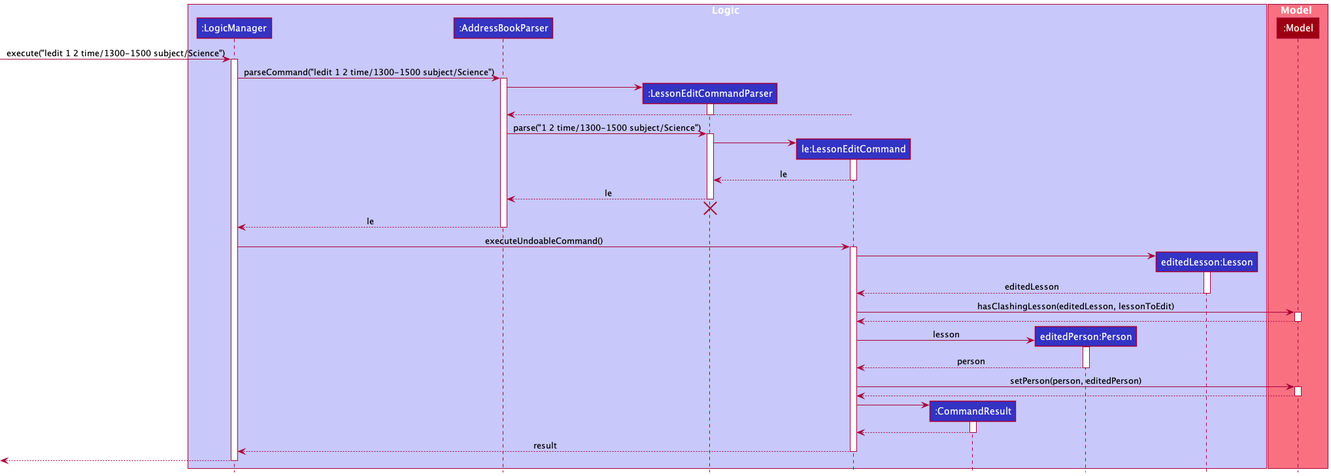
Earlier version of the PlantUML export docs/images/LessonEditSequenceDiagram.png (nus-cs2103-AY2122S1/tp).
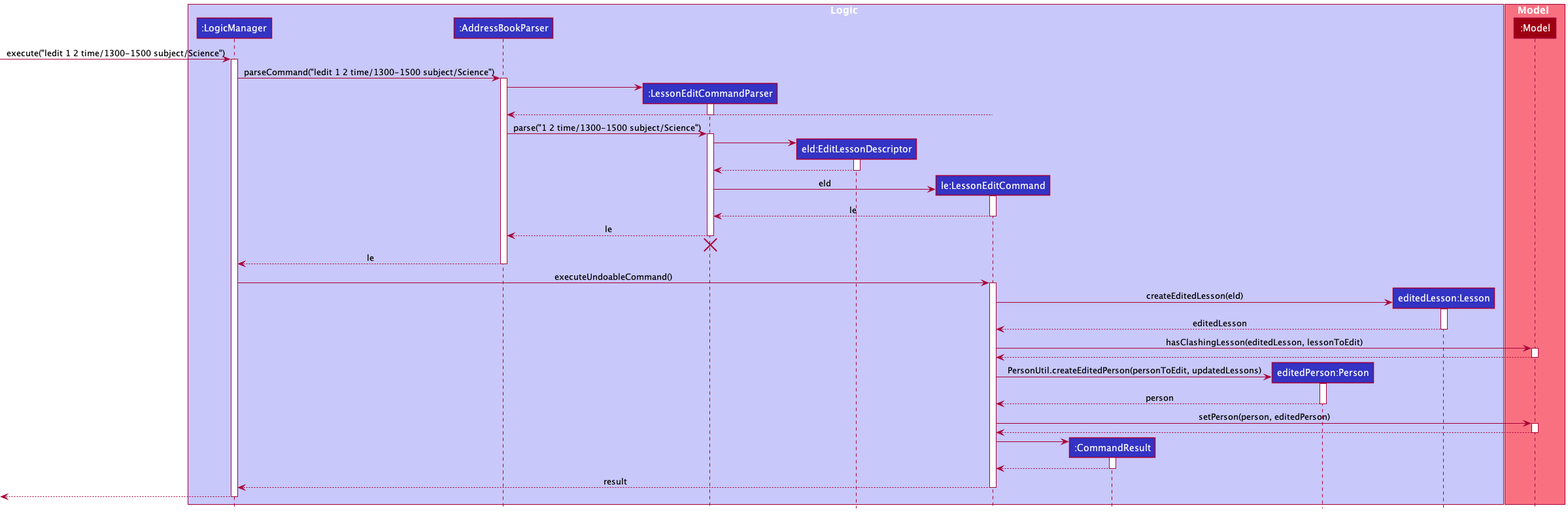
The same diagram one commit later.

Diff of the diagram source:
```diff
@@ -5,6 +5,7 @@
 participant ":LogicManager" as LogicManager LOGIC_COLOR
 participant ":AddressBookParser" as AddressBookParser LOGIC_COLOR
 participant ":LessonEditCommandParser" as LessonEditCommandParser LOGIC_COLOR
+participant "eld:EditLessonDescriptor" as EditLessonDescriptor LOGIC_COLOR
 participant "le:LessonEditCommand" as LessonEditCommand LOGIC_COLOR
 participant ":CommandResult" as CommandResult LOGIC_COLOR
 participant "editedPerson:Person" as Person LOGIC_COLOR
@@ -32,8 +33,15 @@
 AddressBookParser -> LessonEditCommandParser : parse("1 2 time/1300-1500 subject/Science")
 activate LessonEditCommandParser
 
+create EditLessonDescriptor
+LessonEditCommandParser -> EditLessonDescriptor
+activate EditLessonDescriptor
+
+EditLessonDescriptor --> LessonEditCommandParser
+deactivate
+
 create LessonEditCommand
-LessonEditCommandParser -> LessonEditCommand
+LessonEditCommandParser -> LessonEditCommand : eld
 activate LessonEditCommand
 
 LessonEditCommand --> LessonEditCommandParser : le
@@ -51,7 +59,7 @@
 activate LessonEditCommand
 
 create Lesson
-LessonEditCommand -> Lesson
+LessonEditCommand -> Lesson : createEditedLesson(eld)
 activate Lesson
 
 Lesson --> LessonEditCommand : editedLesson
@@ -64,7 +72,7 @@
 deactivate Model
 
 create Person
-LessonEditCommand -> Person : lesson
+LessonEditCommand -> Person : PersonUtil.createEditedPerson(personToEdit, updatedLessons)
 activate Person
 
 Person --> LessonEditCommand : person
```
